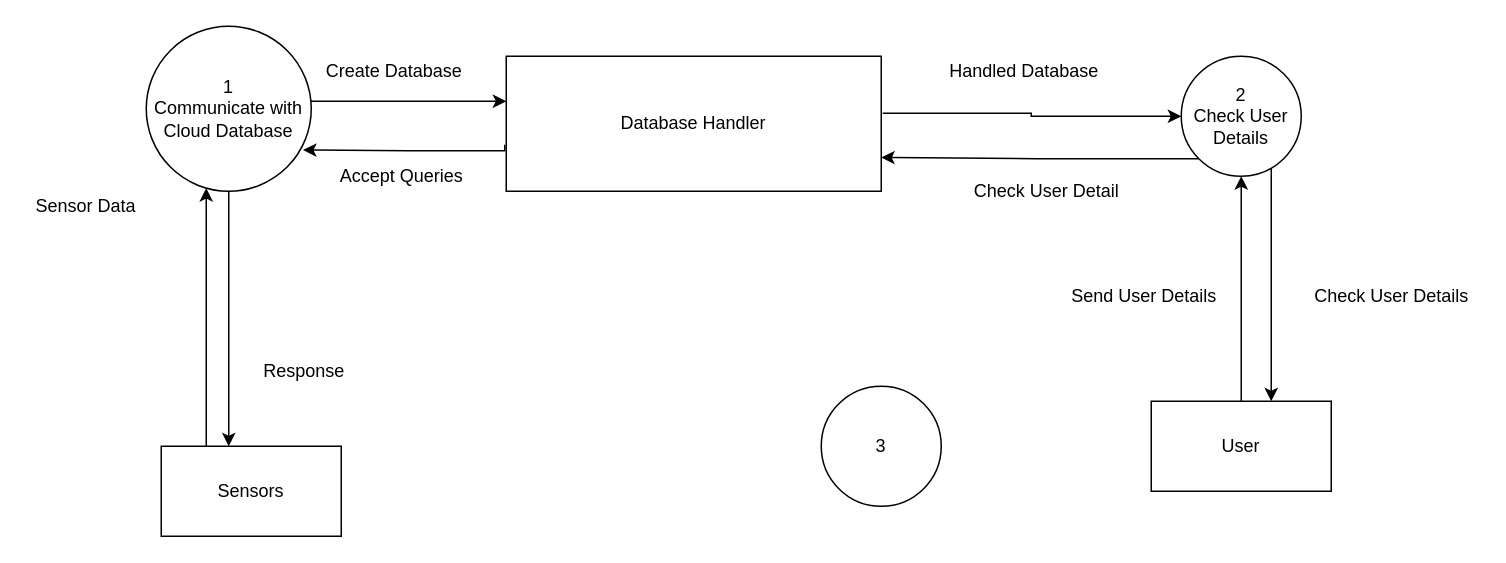
Above: ProjectDiagram1.drawio in Master-Bhavesh/radioFrequencyProject (draw.io), before the change. Source tidied: cells renumbered, new cells numbered last; positions are measured from the earlier drawing's top-left corner, leaving out a move shared by most shapes. Both pictures are drawn from the tidied source at 150%, with x=0, y=0 at pixel (26, 26).
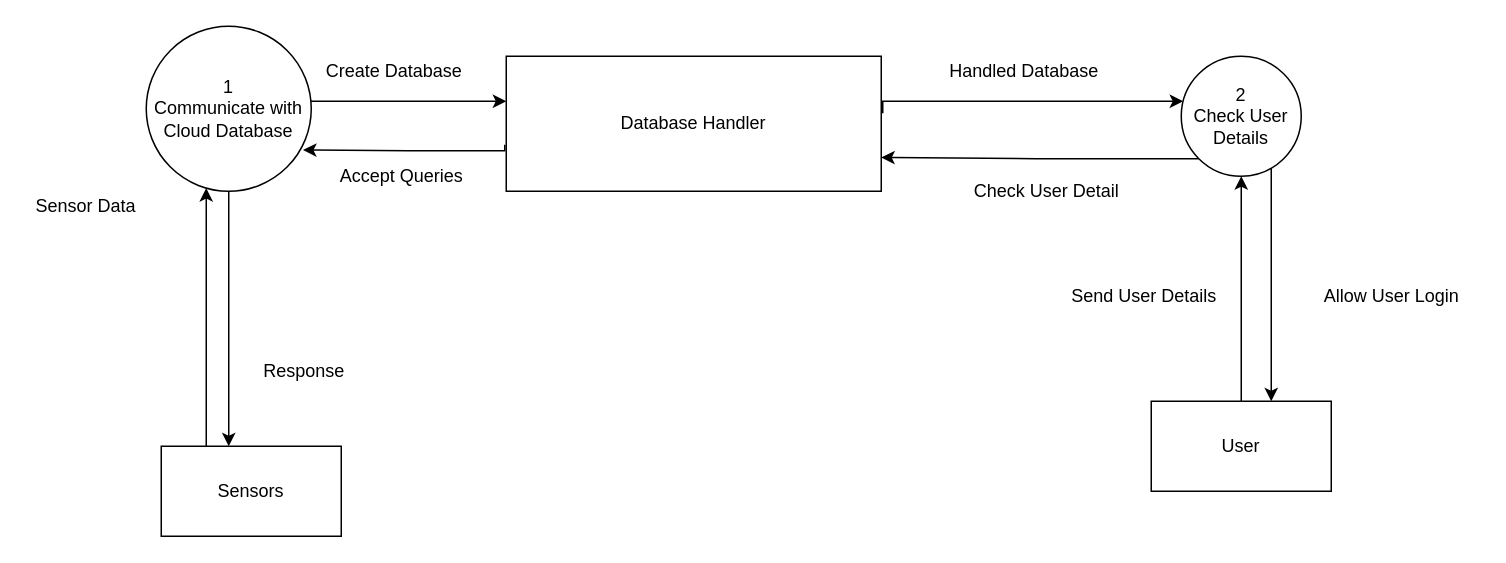
After the change.

The change refers to these unchanged cells:
```xml
<mxCell id="13" value="2&lt;br&gt;Check User Details" style="ellipse;whiteSpace=wrap;html=1;" parent="1" vertex="1">
  <mxGeometry x="770" y="20" width="80" height="80" as="geometry" />
</mxCell>
<mxCell id="20" value="Database Handler" style="rounded=0;whiteSpace=wrap;html=1;" parent="1" vertex="1">
  <mxGeometry x="320" y="20" width="250" height="90" as="geometry" />
</mxCell>
```

Change to the diagram source:
```diff
@@
     <mxCell id="9" style="edgeStyle=orthogonalEdgeStyle;rounded=0;jettySize=auto;html=1;exitX=1.004;exitY=0.422;exitDx=0;exitDy=0;exitPerimeter=0;" parent="1" edge="1" source="20" target="13">
-      <mxGeometry relative="1" as="geometry" />
+      <mxGeometry relative="1" as="geometry">
+        <Array as="points">
+          <mxPoint x="571" y="50" />
+        </Array>
+      </mxGeometry>
     </mxCell>
@@
-    <mxCell id="22" value="Check User Details" style="text;html=1;align=center;verticalAlign=middle;" parent="1" vertex="1">
-      <mxGeometry x="850" y="170" width="120" height="20" as="geometry" />
+    <mxCell id="22" value="Allow User Login" style="text;html=1;align=center;verticalAlign=middle;" parent="1" vertex="1">
+      <mxGeometry x="855" y="170" width="110" height="20" as="geometry" />
     </mxCell>
-    <mxCell id="23" value="3&lt;br&gt;" style="ellipse;whiteSpace=wrap;html=1;" parent="1" vertex="1">
-      <mxGeometry x="530" y="240" width="80" height="80" as="geometry" />
-    </mxCell>
```
